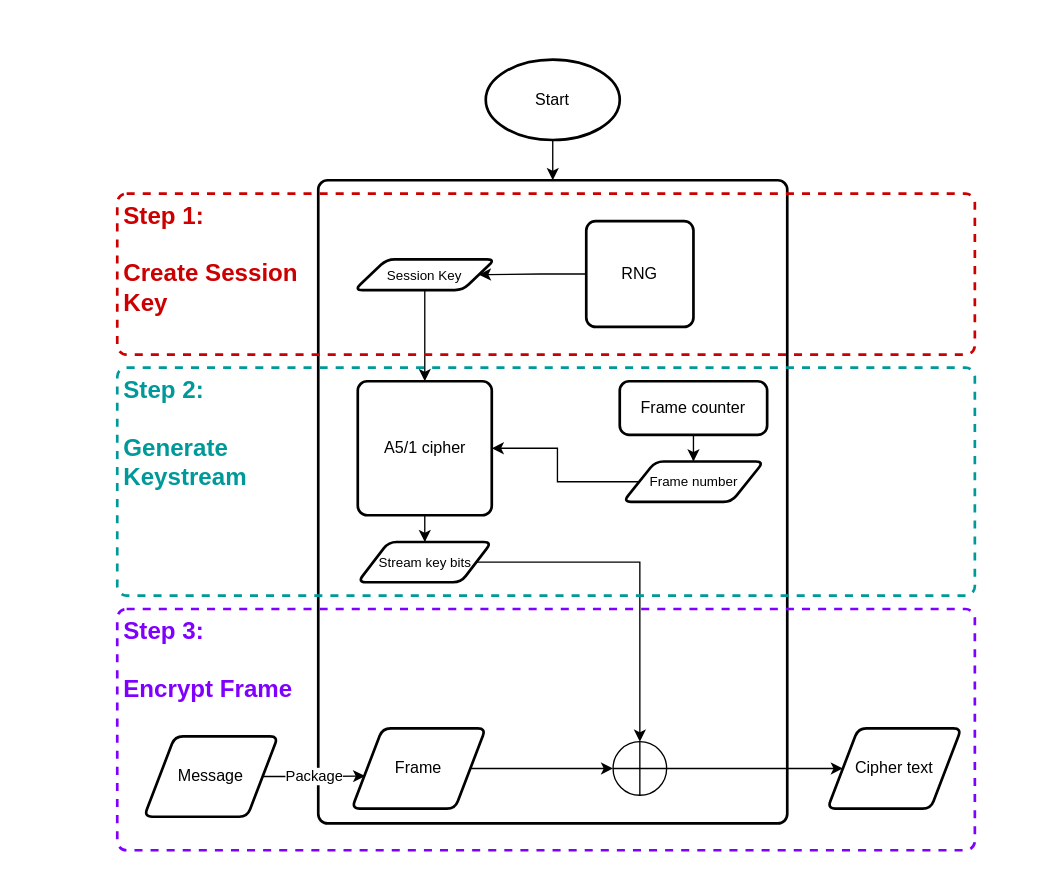
This is A5_1/docs/System_Diagram.drawio from AndreiSaldorfean/Cryptography, a draw.io file, before an edit. Source tidied: cells renumbered, new cells numbered last; positions are measured from the earlier drawing's top-left corner, leaving out a move shared by most shapes. Both pictures are drawn from the tidied source at 134%, with x=0, y=0 at pixel (117, 59).
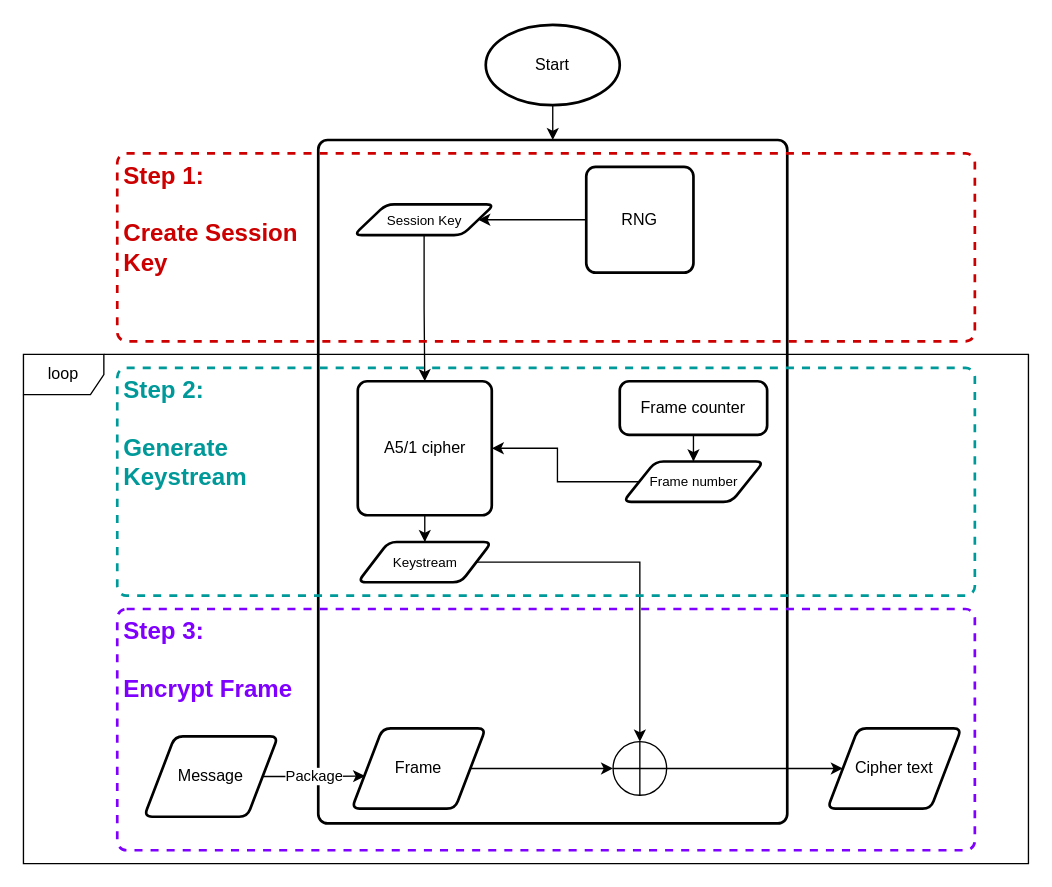
Above is the later version.

Commit message (it also covers changes not shown here):
Improve logic on diagrams

The edit, as a diff of the source:
```diff
@@
     <mxCell id="2" style="rounded=1;whiteSpace=wrap;html=1;absoluteArcSize=1;arcSize=14;strokeWidth=2;" parent="1" vertex="1">
-      <mxGeometry x="150" y="90" width="350" height="480" as="geometry" />
+      <mxGeometry x="150" y="60" width="350" height="510" as="geometry" />
     </mxCell>
-    <mxCell id="3" style="edgeStyle=orthogonalEdgeStyle;rounded=0;jettySize=auto;html=1;" parent="1" edge="1" source="4" target="2">
+    <mxCell id="3" style="edgeStyle=orthogonalEdgeStyle;rounded=0;jettySize=auto;html=1;entryX=0.5;entryY=0;entryDx=0;entryDy=0;" parent="1" edge="1" source="4" target="2">
       <mxGeometry relative="1" as="geometry" />
     </mxCell>
     <mxCell id="4" value="Start" style="strokeWidth=2;html=1;shape=mxgraph.flowchart.start_1;whiteSpace=wrap;" parent="1" vertex="1">
-      <mxGeometry x="275" width="100" height="60" as="geometry" />
+      <mxGeometry x="275" y="-26" width="100" height="60" as="geometry" />
     </mxCell>
@@
-    <mxCell id="7" value="Stream key bits" style="shape=parallelogram;html=1;strokeWidth=2;perimeter=parallelogramPerimeter;whiteSpace=wrap;rounded=1;arcSize=12;size=0.23;fontSize=10;" parent="1" vertex="1">
+    <mxCell id="7" value="Keystream" style="shape=parallelogram;html=1;strokeWidth=2;perimeter=parallelogramPerimeter;whiteSpace=wrap;rounded=1;arcSize=12;size=0.23;fontSize=10;" parent="1" vertex="1">
       <mxGeometry x="179.5" y="360" width="100" height="30" as="geometry" />
     </mxCell>
@@
     <mxCell id="16" value="RNG" style="rounded=1;whiteSpace=wrap;html=1;absoluteArcSize=1;arcSize=14;strokeWidth=2;" parent="1" vertex="1">
-      <mxGeometry x="350" y="120.5" width="80" height="79" as="geometry" />
+      <mxGeometry x="350" y="80" width="80" height="79" as="geometry" />
     </mxCell>
     <mxCell id="17" value="Session Key" style="shape=parallelogram;html=1;strokeWidth=2;perimeter=parallelogramPerimeter;whiteSpace=wrap;rounded=1;arcSize=12;size=0.23;fontSize=10;" parent="1" vertex="1">
-      <mxGeometry x="177" y="149" width="105" height="23" as="geometry" />
+      <mxGeometry x="176.5" y="108" width="105" height="23" as="geometry" />
     </mxCell>
@@
-    <mxCell id="20" value="&lt;font style=&quot;font-size: 18px;&quot;&gt;Step 1:&lt;br&gt;&lt;br&gt;Create Session&lt;br&gt;Key&lt;/font&gt;" style="rounded=1;whiteSpace=wrap;html=1;absoluteArcSize=1;arcSize=14;strokeWidth=2;fontColor=#CC0000;fillColor=none;strokeColor=#CC0000;dashed=1;align=left;verticalAlign=top;spacingLeft=3;fontStyle=1;" parent="1" vertex="1">
-      <mxGeometry y="100" width="640" height="120.2" as="geometry" />
-    </mxCell>
@@
     <mxCell id="26" value="&lt;font style=&quot;font-size: 18px;&quot;&gt;Step 2:&lt;br&gt;&lt;br&gt;Generate&amp;nbsp;&lt;br&gt;Keystream&lt;/font&gt;" style="rounded=1;whiteSpace=wrap;html=1;absoluteArcSize=1;arcSize=14;strokeWidth=2;fontColor=#009999;fillColor=none;strokeColor=#009999;dashed=1;align=left;verticalAlign=top;spacingLeft=3;fontStyle=1;" parent="1" vertex="1">
-      <mxGeometry y="229.8" width="640" height="170.2" as="geometry" />
+      <mxGeometry y="230" width="640" height="170" as="geometry" />
     </mxCell>
+    <mxCell id="27" value="loop" style="shape=umlFrame;whiteSpace=wrap;html=1;" parent="1" vertex="1">
+      <mxGeometry x="-70" y="220" width="750" height="380" as="geometry" />
+    </mxCell>
+    <mxCell id="20" value="&lt;font style=&quot;font-size: 18px;&quot;&gt;Step 1:&lt;br&gt;&lt;br&gt;Create Session&lt;br&gt;Key&lt;/font&gt;" style="rounded=1;whiteSpace=wrap;html=1;absoluteArcSize=1;arcSize=14;strokeWidth=2;fontColor=#CC0000;fillColor=none;strokeColor=#CC0000;dashed=1;align=left;verticalAlign=top;spacingLeft=3;fontStyle=1;" parent="1" vertex="1">
+      <mxGeometry y="70" width="640" height="140.2" as="geometry" />
+    </mxCell>
```
